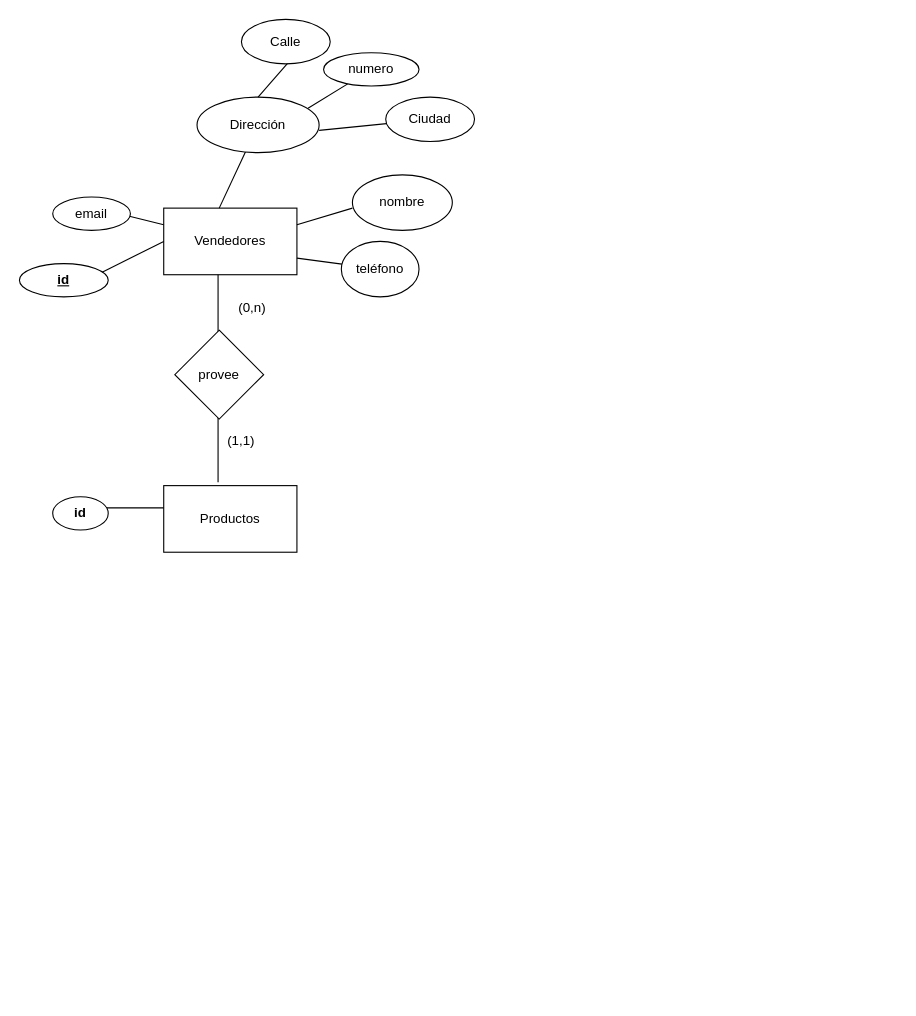
This is Untitled Diagram.drawio from vivianabm/E-mercado, a draw.io file, before an edit. Source tidied: cells renumbered, new cells numbered last; positions are measured from the earlier drawing's top-left corner, leaving out a move shared by most shapes. Both pictures are drawn from the tidied source at 111%, with x=0, y=0 at pixel (19, 19).
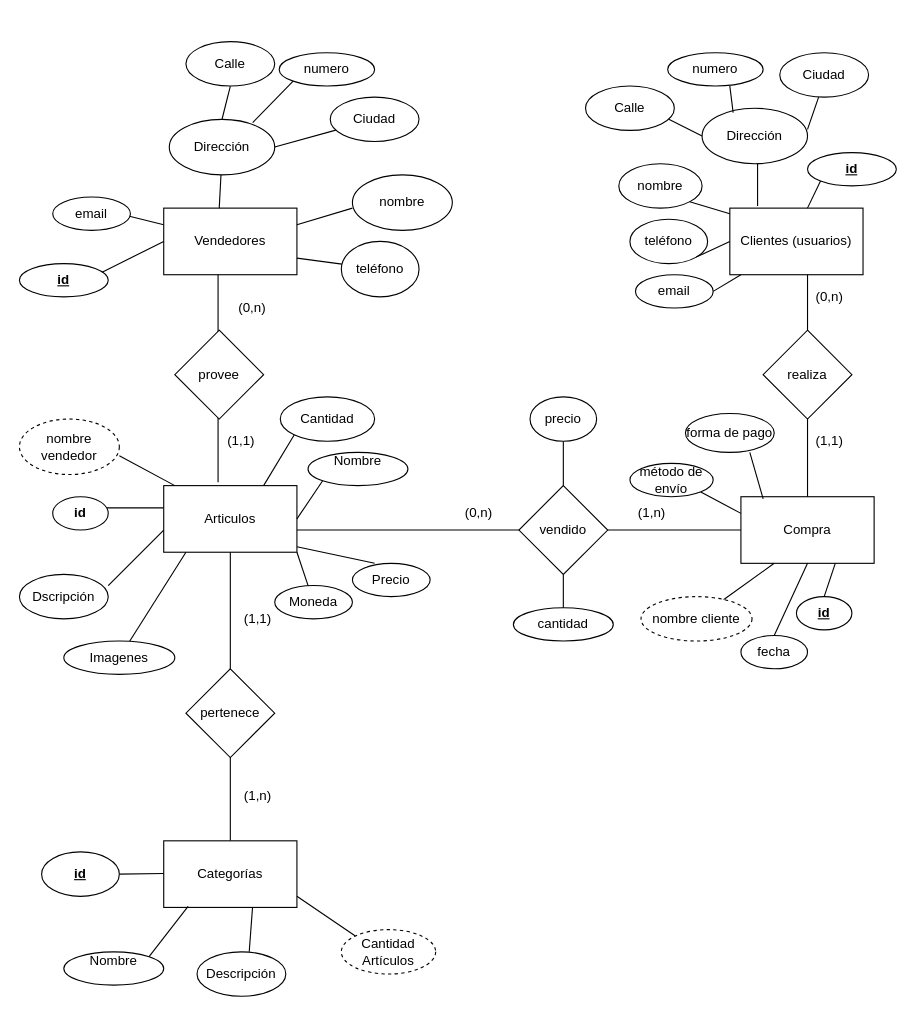
The same page after the edit.

Change to the diagram source:
```diff
@@
-    <mxCell id="2" value="Productos" style="rounded=0;whiteSpace=wrap;html=1;" parent="1" vertex="1">
+    <mxCell id="2" value="Articulos" style="rounded=0;whiteSpace=wrap;html=1;" parent="1" vertex="1">
       <mxGeometry x="130" y="420" width="120" height="60" as="geometry" />
     </mxCell>
@@
     <mxCell id="5" value="Dirección" style="ellipse;whiteSpace=wrap;html=1;" parent="1" vertex="1">
-      <mxGeometry x="160" y="70" width="110" height="50" as="geometry" />
+      <mxGeometry x="135" y="90" width="95" height="50" as="geometry" />
     </mxCell>
-    <mxCell id="6" style="endArrow=none;html=1;" parent="1" edge="1" target="7">
-      <mxGeometry relative="1" as="geometry">
-        <mxPoint x="270" y="100" as="sourcePoint" />
-      </mxGeometry>
+    <mxCell id="6" style="endArrow=none;html=1;exitX=1;exitY=0.5;exitDx=0;exitDy=0;" parent="1" edge="1" source="5" target="7">
+      <mxGeometry relative="1" as="geometry" />
     </mxCell>
     <mxCell id="7" value="Ciudad" style="ellipse;whiteSpace=wrap;html=1;" parent="1" vertex="1">
-      <mxGeometry x="330" y="70" width="80" height="40" as="geometry" />
+      <mxGeometry x="280" y="70" width="80" height="40" as="geometry" />
     </mxCell>
-    <mxCell id="8" style="endArrow=none;html=1;" parent="1" edge="1" target="9">
-      <mxGeometry relative="1" as="geometry">
-        <mxPoint x="260" y="80" as="sourcePoint" />
-      </mxGeometry>
+    <mxCell id="8" style="endArrow=none;html=1;exitX=0.791;exitY=0.06;exitDx=0;exitDy=0;exitPerimeter=0;entryX=0;entryY=1;entryDx=0;entryDy=0;" parent="1" edge="1" source="5" target="9">
+      <mxGeometry relative="1" as="geometry" />
     </mxCell>
     <mxCell id="9" value="numero" style="ellipse;whiteSpace=wrap;html=1;" parent="1" vertex="1">
-      <mxGeometry x="274" y="30" width="86" height="30" as="geometry" />
+      <mxGeometry x="234" y="30" width="86" height="30" as="geometry" />
     </mxCell>
-    <mxCell id="10" style="endArrow=none;html=1;exitX=0.5;exitY=0;exitDx=0;exitDy=0;" parent="1" edge="1" source="5">
-      <mxGeometry relative="1" as="geometry">
-        <mxPoint x="250" y="30" as="targetPoint" />
-      </mxGeometry>
+    <mxCell id="10" style="endArrow=none;html=1;exitX=0.5;exitY=0;exitDx=0;exitDy=0;entryX=0.5;entryY=1;entryDx=0;entryDy=0;" parent="1" edge="1" source="5" target="11">
+      <mxGeometry relative="1" as="geometry" />
     </mxCell>
     <mxCell id="11" value="Calle" style="ellipse;whiteSpace=wrap;html=1;" parent="1" vertex="1">
-      <mxGeometry x="200" width="80" height="40" as="geometry" />
+      <mxGeometry x="150" y="20" width="80" height="40" as="geometry" />
     </mxCell>
@@
+    <mxCell id="26" value="Dscripción" style="ellipse;whiteSpace=wrap;html=1;" parent="1" vertex="1">
+      <mxGeometry y="500" width="80" height="40" as="geometry" />
+    </mxCell>
+    <mxCell id="27" style="endArrow=none;html=1;" parent="1" edge="1">
+      <mxGeometry relative="1" as="geometry">
+        <mxPoint x="80" y="510" as="sourcePoint" />
+        <mxPoint x="130" y="460" as="targetPoint" />
+      </mxGeometry>
+    </mxCell>
+    <mxCell id="28" value="Precio" style="ellipse;whiteSpace=wrap;html=1;" parent="1" vertex="1">
+      <mxGeometry x="300" y="490" width="70" height="30" as="geometry" />
+    </mxCell>
+    <mxCell id="29" value="Moneda" style="ellipse;whiteSpace=wrap;html=1;" parent="1" vertex="1">
+      <mxGeometry x="230" y="510" width="70" height="30" as="geometry" />
+    </mxCell>
+    <mxCell id="30" style="endArrow=none;html=1;entryX=1;entryY=1;entryDx=0;entryDy=0;" parent="1" edge="1" source="29" target="2">
+      <mxGeometry relative="1" as="geometry" />
+    </mxCell>
+    <mxCell id="31" value="Imagenes" style="ellipse;whiteSpace=wrap;html=1;" parent="1" vertex="1">
+      <mxGeometry x="40" y="560" width="100" height="30" as="geometry" />
+    </mxCell>
+    <mxCell id="32" style="endArrow=none;html=1;" parent="1" edge="1" source="31">
+      <mxGeometry relative="1" as="geometry">
+        <mxPoint x="150" y="480" as="targetPoint" />
+      </mxGeometry>
+    </mxCell>
+    <mxCell id="33" style="endArrow=none;html=1;entryX=0.5;entryY=1;entryDx=0;entryDy=0;" parent="1" edge="1" target="2">
+      <mxGeometry relative="1" as="geometry">
+        <mxPoint x="190" y="740" as="sourcePoint" />
+      </mxGeometry>
+    </mxCell>
+    <mxCell id="34" value="pertenece" style="rhombus;whiteSpace=wrap;html=1;" parent="1" vertex="1">
+      <mxGeometry x="150" y="585" width="80" height="80" as="geometry" />
+    </mxCell>
+    <mxCell id="35" value="(1,1)" style="text;html=1;strokeColor=none;fillColor=none;align=center;verticalAlign=middle;whiteSpace=wrap;rounded=0;" parent="1" vertex="1">
+      <mxGeometry x="195" y="530" width="40" height="20" as="geometry" />
+    </mxCell>
+    <mxCell id="36" value="(1,n)" style="text;html=1;strokeColor=none;fillColor=none;align=center;verticalAlign=middle;whiteSpace=wrap;rounded=0;" parent="1" vertex="1">
+      <mxGeometry x="195" y="690" width="40" height="20" as="geometry" />
+    </mxCell>
+    <mxCell id="37" value="Categorías" style="rounded=0;whiteSpace=wrap;html=1;" parent="1" vertex="1">
+      <mxGeometry x="130" y="740" width="120" height="60" as="geometry" />
+    </mxCell>
+    <mxCell id="38" style="endArrow=none;html=1;" parent="1" edge="1">
+      <mxGeometry relative="1" as="geometry">
+        <mxPoint x="90" y="770" as="sourcePoint" />
+        <mxPoint x="130" y="769.5" as="targetPoint" />
+      </mxGeometry>
+    </mxCell>
+    <mxCell id="39" value="&lt;b&gt;&lt;u&gt;id&lt;/u&gt;&lt;/b&gt;" style="ellipse;whiteSpace=wrap;html=1;" parent="1" vertex="1">
+      <mxGeometry x="20" y="750" width="70" height="40" as="geometry" />
+    </mxCell>
+    <mxCell id="40" value="Nombre&lt;br&gt;&lt;br&gt;" style="ellipse;whiteSpace=wrap;html=1;" parent="1" vertex="1">
+      <mxGeometry x="40" y="840" width="90" height="30" as="geometry" />
+    </mxCell>
+    <mxCell id="41" style="endArrow=none;html=1;exitX=1;exitY=0;exitDx=0;exitDy=0;entryX=0.183;entryY=0.983;entryDx=0;entryDy=0;entryPerimeter=0;" parent="1" edge="1" source="40" target="37">
+      <mxGeometry relative="1" as="geometry" />
+    </mxCell>
+    <mxCell id="42" value="Descripción" style="ellipse;whiteSpace=wrap;html=1;" parent="1" vertex="1">
+      <mxGeometry x="160" y="840" width="80" height="40" as="geometry" />
+    </mxCell>
+    <mxCell id="43" style="endArrow=none;html=1;exitX=0.588;exitY=0;exitDx=0;exitDy=0;exitPerimeter=0;" parent="1" edge="1" source="42">
+      <mxGeometry relative="1" as="geometry">
+        <mxPoint x="210" y="800" as="targetPoint" />
+      </mxGeometry>
+    </mxCell>
+    <mxCell id="44" value="Nombre&lt;br&gt;&lt;br&gt;" style="ellipse;whiteSpace=wrap;html=1;" parent="1" vertex="1">
+      <mxGeometry x="260" y="390" width="90" height="30" as="geometry" />
+    </mxCell>
+    <mxCell id="45" style="endArrow=none;html=1;entryX=0;entryY=1;entryDx=0;entryDy=0;" parent="1" edge="1" target="44">
+      <mxGeometry relative="1" as="geometry">
+        <mxPoint x="250" y="450" as="sourcePoint" />
+      </mxGeometry>
+    </mxCell>
+    <mxCell id="46" style="endArrow=none;html=1;entryX=0.286;entryY=0;entryDx=0;entryDy=0;entryPerimeter=0;" parent="1" edge="1" target="28">
+      <mxGeometry relative="1" as="geometry">
+        <mxPoint x="250" y="475" as="sourcePoint" />
+      </mxGeometry>
+    </mxCell>
+    <mxCell id="47" style="endArrow=none;html=1;startArrow=none;" parent="1" edge="1" source="48">
+      <mxGeometry relative="1" as="geometry">
+        <mxPoint x="650" y="460" as="targetPoint" />
+      </mxGeometry>
+    </mxCell>
+    <mxCell id="48" value="vendido" style="rhombus;whiteSpace=wrap;html=1;" parent="1" vertex="1">
+      <mxGeometry x="450" y="420" width="80" height="80" as="geometry" />
+    </mxCell>
+    <mxCell id="49" style="endArrow=none;html=1;" parent="1" edge="1" target="48">
+      <mxGeometry relative="1" as="geometry">
+        <mxPoint x="250" y="460" as="sourcePoint" />
+      </mxGeometry>
+    </mxCell>
+    <mxCell id="50" value="(0,n)" style="text;html=1;strokeColor=none;fillColor=none;align=center;verticalAlign=middle;whiteSpace=wrap;rounded=0;" parent="1" vertex="1">
+      <mxGeometry x="394" y="435" width="40" height="20" as="geometry" />
+    </mxCell>
+    <mxCell id="51" style="endArrow=none;html=1;entryX=1;entryY=0.66;entryDx=0;entryDy=0;entryPerimeter=0;" parent="1" edge="1" target="52">
+      <mxGeometry relative="1" as="geometry">
+        <mxPoint x="140" y="420" as="sourcePoint" />
+      </mxGeometry>
+    </mxCell>
+    <mxCell id="52" value="nombre vendedor" style="ellipse;whiteSpace=wrap;html=1;dashed=1;" parent="1" vertex="1">
+      <mxGeometry y="360" width="90" height="50" as="geometry" />
+    </mxCell>
+    <mxCell id="53" value="Cantidad" style="ellipse;whiteSpace=wrap;html=1;" parent="1" vertex="1">
+      <mxGeometry x="235" y="340" width="85" height="40" as="geometry" />
+    </mxCell>
+    <mxCell id="54" style="endArrow=none;html=1;entryX=0;entryY=1;entryDx=0;entryDy=0;" parent="1" edge="1" target="53">
+      <mxGeometry relative="1" as="geometry">
+        <mxPoint x="220" y="420" as="sourcePoint" />
+      </mxGeometry>
+    </mxCell>
+    <mxCell id="55" style="endArrow=none;html=1;entryX=0;entryY=0;entryDx=0;entryDy=0;" parent="1" edge="1" target="56">
+      <mxGeometry relative="1" as="geometry">
+        <mxPoint x="250" y="790" as="sourcePoint" />
+      </mxGeometry>
+    </mxCell>
+    <mxCell id="56" value="Cantidad Artículos" style="ellipse;whiteSpace=wrap;html=1;dashed=1;" parent="1" vertex="1">
+      <mxGeometry x="290" y="820" width="85" height="40" as="geometry" />
+    </mxCell>
+    <mxCell id="57" style="endArrow=none;html=1;" parent="1" edge="1">
+      <mxGeometry relative="1" as="geometry">
+        <mxPoint x="490" y="420" as="sourcePoint" />
+        <mxPoint x="490" y="380" as="targetPoint" />
+      </mxGeometry>
+    </mxCell>
+    <mxCell id="58" value="precio" style="ellipse;whiteSpace=wrap;html=1;" parent="1" vertex="1">
+      <mxGeometry x="460" y="340" width="60" height="40" as="geometry" />
+    </mxCell>
+    <mxCell id="59" style="endArrow=none;html=1;" parent="1" edge="1">
+      <mxGeometry relative="1" as="geometry">
+        <mxPoint x="490" y="540" as="sourcePoint" />
+        <mxPoint x="490" y="500" as="targetPoint" />
+      </mxGeometry>
+    </mxCell>
+    <mxCell id="60" value="cantidad" style="ellipse;whiteSpace=wrap;html=1;" parent="1" vertex="1">
+      <mxGeometry x="445" y="530" width="90" height="30" as="geometry" />
+    </mxCell>
+    <mxCell id="61" value="(1,n)" style="text;html=1;strokeColor=none;fillColor=none;align=center;verticalAlign=middle;whiteSpace=wrap;rounded=0;" parent="1" vertex="1">
+      <mxGeometry x="550" y="435" width="40" height="20" as="geometry" />
+    </mxCell>
+    <mxCell id="62" value="Compra" style="rounded=0;whiteSpace=wrap;html=1;" parent="1" vertex="1">
+      <mxGeometry x="650" y="430" width="120" height="60" as="geometry" />
+    </mxCell>
+    <mxCell id="63" style="endArrow=none;html=1;exitX=0.74;exitY=0.075;exitDx=0;exitDy=0;exitPerimeter=0;" parent="1" edge="1" source="64">
+      <mxGeometry relative="1" as="geometry">
+        <mxPoint x="680" y="490" as="targetPoint" />
+      </mxGeometry>
+    </mxCell>
+    <mxCell id="64" value="nombre cliente" style="ellipse;whiteSpace=wrap;html=1;dashed=1;" parent="1" vertex="1">
+      <mxGeometry x="560" y="520" width="100" height="40" as="geometry" />
+    </mxCell>
+    <mxCell id="65" value="&lt;b&gt;&lt;u&gt;id&lt;/u&gt;&lt;/b&gt;" style="ellipse;whiteSpace=wrap;html=1;" parent="1" vertex="1">
+      <mxGeometry x="700" y="520" width="50" height="30" as="geometry" />
+    </mxCell>
+    <mxCell id="66" style="endArrow=none;html=1;exitX=0.5;exitY=0;exitDx=0;exitDy=0;" parent="1" edge="1" source="65">
+      <mxGeometry relative="1" as="geometry">
+        <mxPoint x="735" y="490" as="targetPoint" />
+      </mxGeometry>
+    </mxCell>
+    <mxCell id="67" value="fecha" style="ellipse;whiteSpace=wrap;html=1;" parent="1" vertex="1">
+      <mxGeometry x="650" y="555" width="60" height="30" as="geometry" />
+    </mxCell>
+    <mxCell id="68" style="endArrow=none;html=1;exitX=0.5;exitY=0;exitDx=0;exitDy=0;" parent="1" edge="1" source="67">
+      <mxGeometry relative="1" as="geometry">
+        <mxPoint x="710" y="490" as="targetPoint" />
+      </mxGeometry>
+    </mxCell>
+    <mxCell id="69" style="endArrow=none;html=1;exitX=0.5;exitY=0;exitDx=0;exitDy=0;" parent="1" edge="1" source="62">
+      <mxGeometry relative="1" as="geometry">
+        <mxPoint x="710" y="190" as="targetPoint" />
+      </mxGeometry>
+    </mxCell>
+    <mxCell id="70" value="realiza" style="rhombus;whiteSpace=wrap;html=1;" parent="1" vertex="1">
+      <mxGeometry x="670" y="280" width="80" height="80" as="geometry" />
+    </mxCell>
+    <mxCell id="71" value="(1,1)" style="text;html=1;strokeColor=none;fillColor=none;align=center;verticalAlign=middle;whiteSpace=wrap;rounded=0;" parent="1" vertex="1">
+      <mxGeometry x="710" y="370" width="40" height="20" as="geometry" />
+    </mxCell>
+    <mxCell id="72" value="(0,n)" style="text;html=1;strokeColor=none;fillColor=none;align=center;verticalAlign=middle;whiteSpace=wrap;rounded=0;" parent="1" vertex="1">
+      <mxGeometry x="710" y="240" width="40" height="20" as="geometry" />
+    </mxCell>
+    <mxCell id="73" value="Clientes (usuarios)" style="rounded=0;whiteSpace=wrap;html=1;" parent="1" vertex="1">
+      <mxGeometry x="640" y="170" width="120" height="60" as="geometry" />
+    </mxCell>
+    <mxCell id="74" style="endArrow=none;html=1;entryX=0;entryY=0.25;entryDx=0;entryDy=0;exitX=1;exitY=1;exitDx=0;exitDy=0;" parent="1" edge="1" source="75" target="62">
+      <mxGeometry relative="1" as="geometry" />
+    </mxCell>
+    <mxCell id="75" value="método de envío" style="ellipse;whiteSpace=wrap;html=1;" parent="1" vertex="1">
+      <mxGeometry x="550" y="400" width="75" height="30" as="geometry" />
+    </mxCell>
+    <mxCell id="76" value="forma de pago" style="ellipse;whiteSpace=wrap;html=1;" parent="1" vertex="1">
+      <mxGeometry x="600" y="355" width="80" height="35" as="geometry" />
+    </mxCell>
+    <mxCell id="77" style="endArrow=none;html=1;exitX=0.167;exitY=0.033;exitDx=0;exitDy=0;exitPerimeter=0;entryX=0.725;entryY=1;entryDx=0;entryDy=0;entryPerimeter=0;" parent="1" edge="1" source="62" target="76">
+      <mxGeometry relative="1" as="geometry" />
+    </mxCell>
+    <mxCell id="78" value="teléfono" style="ellipse;whiteSpace=wrap;html=1;" parent="1" vertex="1">
+      <mxGeometry x="550" y="180" width="70" height="40" as="geometry" />
+    </mxCell>
+    <mxCell id="79" value="nombre" style="ellipse;whiteSpace=wrap;html=1;" parent="1" vertex="1">
+      <mxGeometry x="540" y="130" width="75" height="40" as="geometry" />
+    </mxCell>
+    <mxCell id="80" value="&lt;b&gt;&lt;u&gt;id&lt;/u&gt;&lt;/b&gt;" style="ellipse;whiteSpace=wrap;html=1;" parent="1" vertex="1">
+      <mxGeometry x="710" y="120" width="80" height="30" as="geometry" />
+    </mxCell>
+    <mxCell id="81" value="email" style="ellipse;whiteSpace=wrap;html=1;" parent="1" vertex="1">
+      <mxGeometry x="555" y="230" width="70" height="30" as="geometry" />
+    </mxCell>
+    <mxCell id="82" style="endArrow=none;html=1;exitX=1;exitY=0.5;exitDx=0;exitDy=0;" parent="1" edge="1" source="81">
+      <mxGeometry relative="1" as="geometry">
+        <mxPoint x="650" y="230" as="targetPoint" />
+      </mxGeometry>
+    </mxCell>
+    <mxCell id="83" style="endArrow=none;html=1;entryX=0;entryY=0.5;entryDx=0;entryDy=0;exitX=1;exitY=1;exitDx=0;exitDy=0;" parent="1" edge="1" source="78" target="73">
+      <mxGeometry relative="1" as="geometry" />
+    </mxCell>
+    <mxCell id="84" style="endArrow=none;html=1;exitX=1;exitY=1;exitDx=0;exitDy=0;" parent="1" edge="1" source="79">
+      <mxGeometry relative="1" as="geometry">
+        <mxPoint x="640" y="175" as="targetPoint" />
+      </mxGeometry>
+    </mxCell>
+    <mxCell id="85" style="endArrow=none;html=1;exitX=0.583;exitY=0;exitDx=0;exitDy=0;exitPerimeter=0;entryX=0;entryY=1;entryDx=0;entryDy=0;" parent="1" edge="1" source="73" target="80">
+      <mxGeometry relative="1" as="geometry" />
+    </mxCell>
+    <mxCell id="86" value="Dirección" style="ellipse;whiteSpace=wrap;html=1;" parent="1" vertex="1">
+      <mxGeometry x="615" y="80" width="95" height="50" as="geometry" />
+    </mxCell>
+    <mxCell id="87" value="Ciudad" style="ellipse;whiteSpace=wrap;html=1;" parent="1" vertex="1">
+      <mxGeometry x="685" y="30" width="80" height="40" as="geometry" />
+    </mxCell>
+    <mxCell id="88" value="numero" style="ellipse;whiteSpace=wrap;html=1;" parent="1" vertex="1">
+      <mxGeometry x="584" y="30" width="86" height="30" as="geometry" />
+    </mxCell>
+    <mxCell id="89" value="Calle" style="ellipse;whiteSpace=wrap;html=1;" parent="1" vertex="1">
+      <mxGeometry x="510" y="60" width="80" height="40" as="geometry" />
+    </mxCell>
+    <mxCell id="90" style="endArrow=none;html=1;exitX=1;exitY=0.38;exitDx=0;exitDy=0;exitPerimeter=0;" parent="1" edge="1" source="86">
+      <mxGeometry relative="1" as="geometry">
+        <mxPoint x="720" y="70" as="targetPoint" />
+      </mxGeometry>
+    </mxCell>
+    <mxCell id="91" style="endArrow=none;html=1;exitX=0.295;exitY=0.08;exitDx=0;exitDy=0;exitPerimeter=0;" parent="1" edge="1" source="86">
+      <mxGeometry relative="1" as="geometry">
+        <mxPoint x="640" y="60" as="targetPoint" />
+      </mxGeometry>
+    </mxCell>
+    <mxCell id="92" style="endArrow=none;html=1;exitX=0;exitY=0.5;exitDx=0;exitDy=0;" parent="1" edge="1" source="86">
+      <mxGeometry relative="1" as="geometry">
+        <mxPoint x="585" y="90" as="targetPoint" />
+      </mxGeometry>
+    </mxCell>
+    <mxCell id="93" style="endArrow=none;html=1;" parent="1" edge="1">
+      <mxGeometry relative="1" as="geometry">
+        <mxPoint x="665" y="168" as="sourcePoint" />
+        <mxPoint x="665" y="130" as="targetPoint" />
+      </mxGeometry>
+    </mxCell>
```
